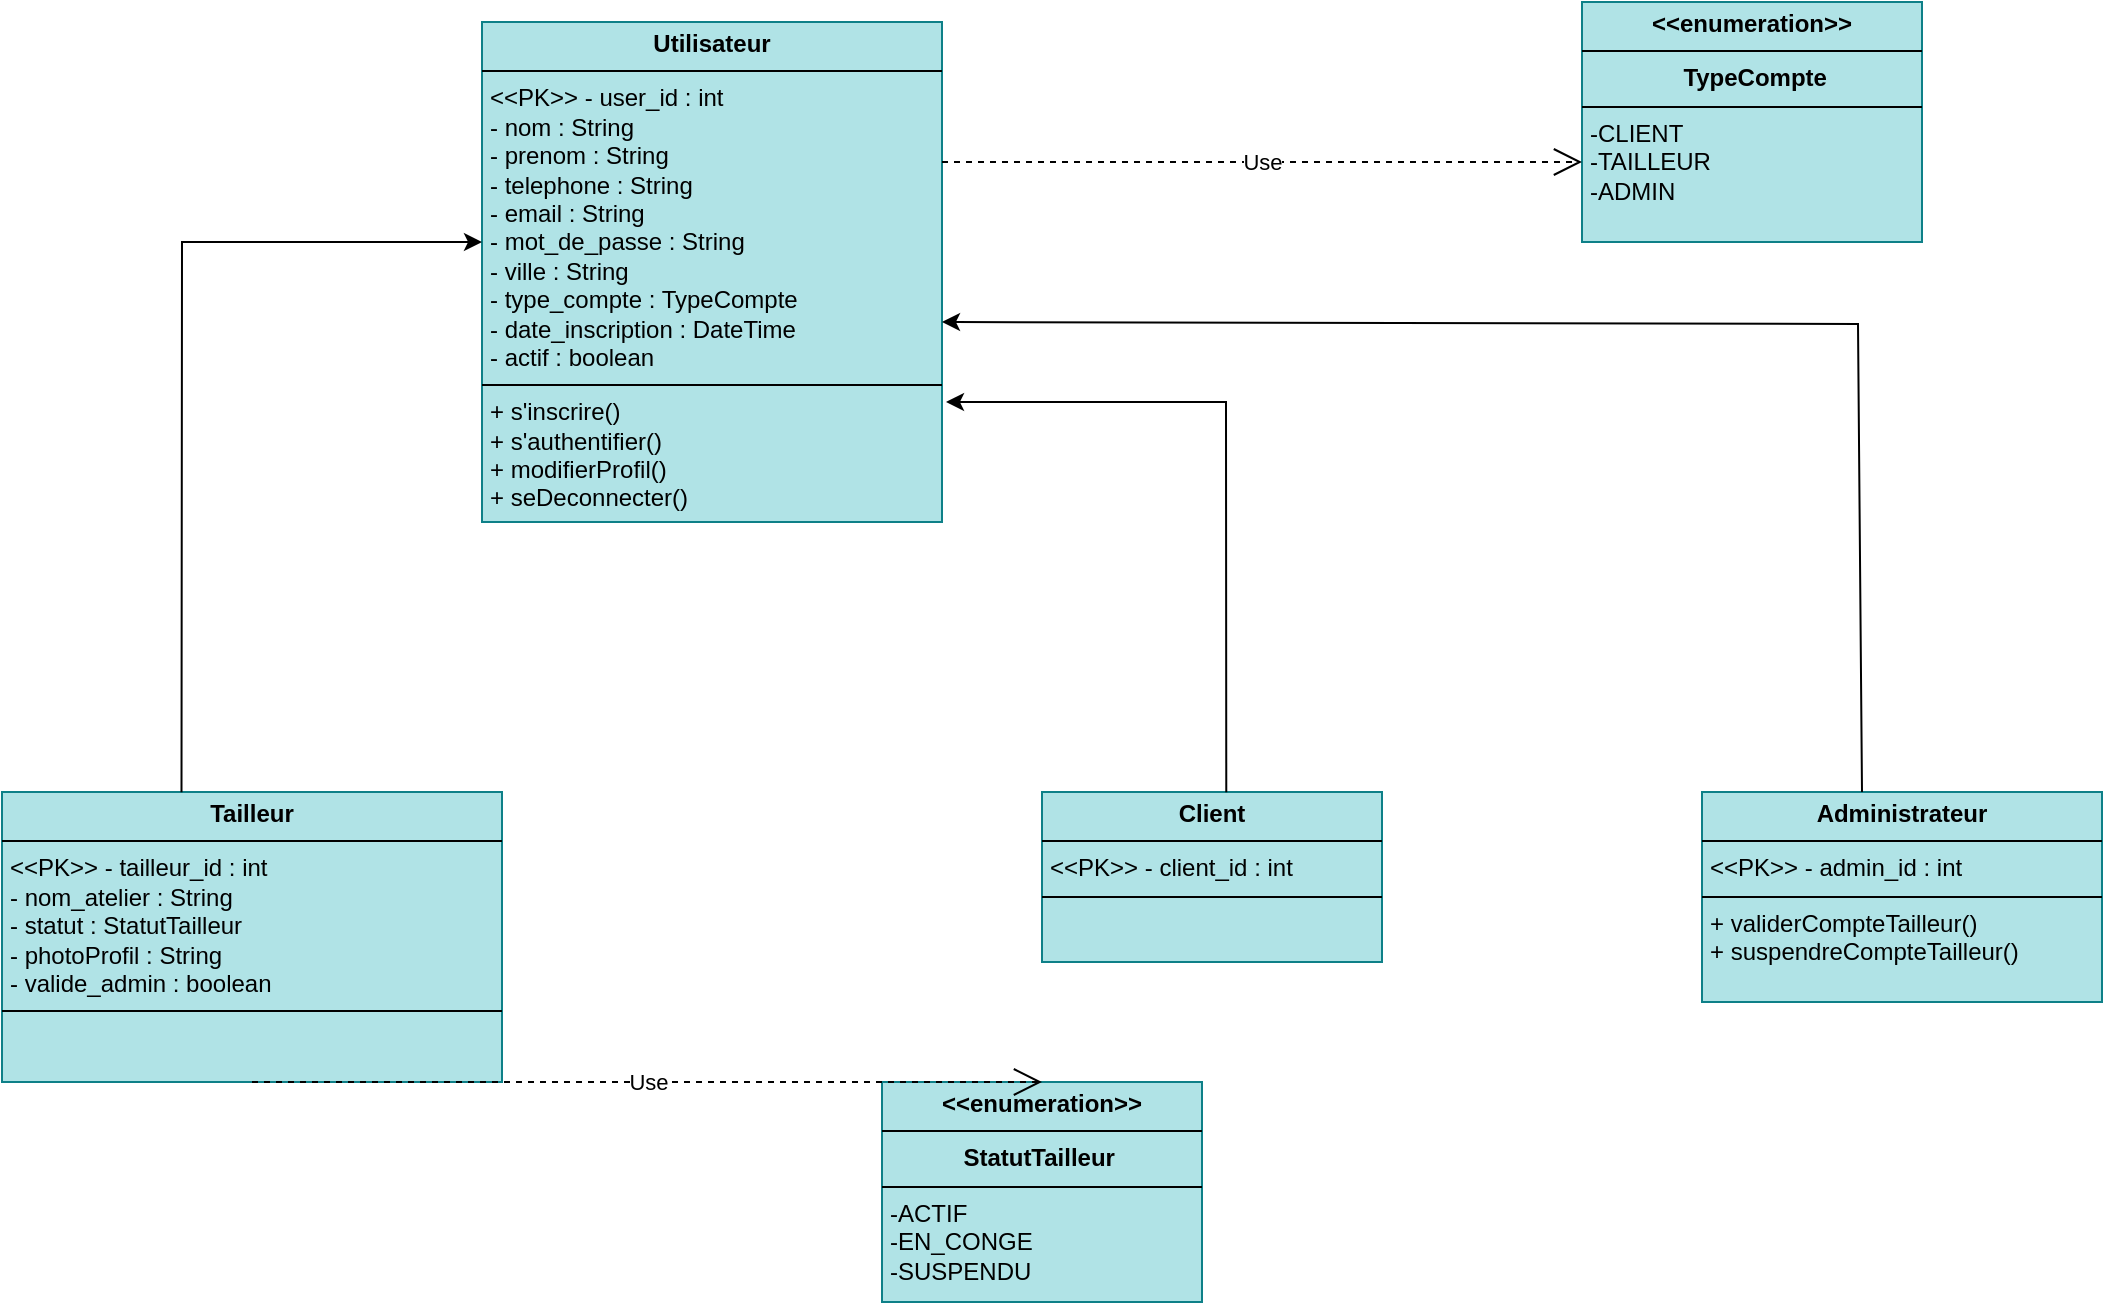
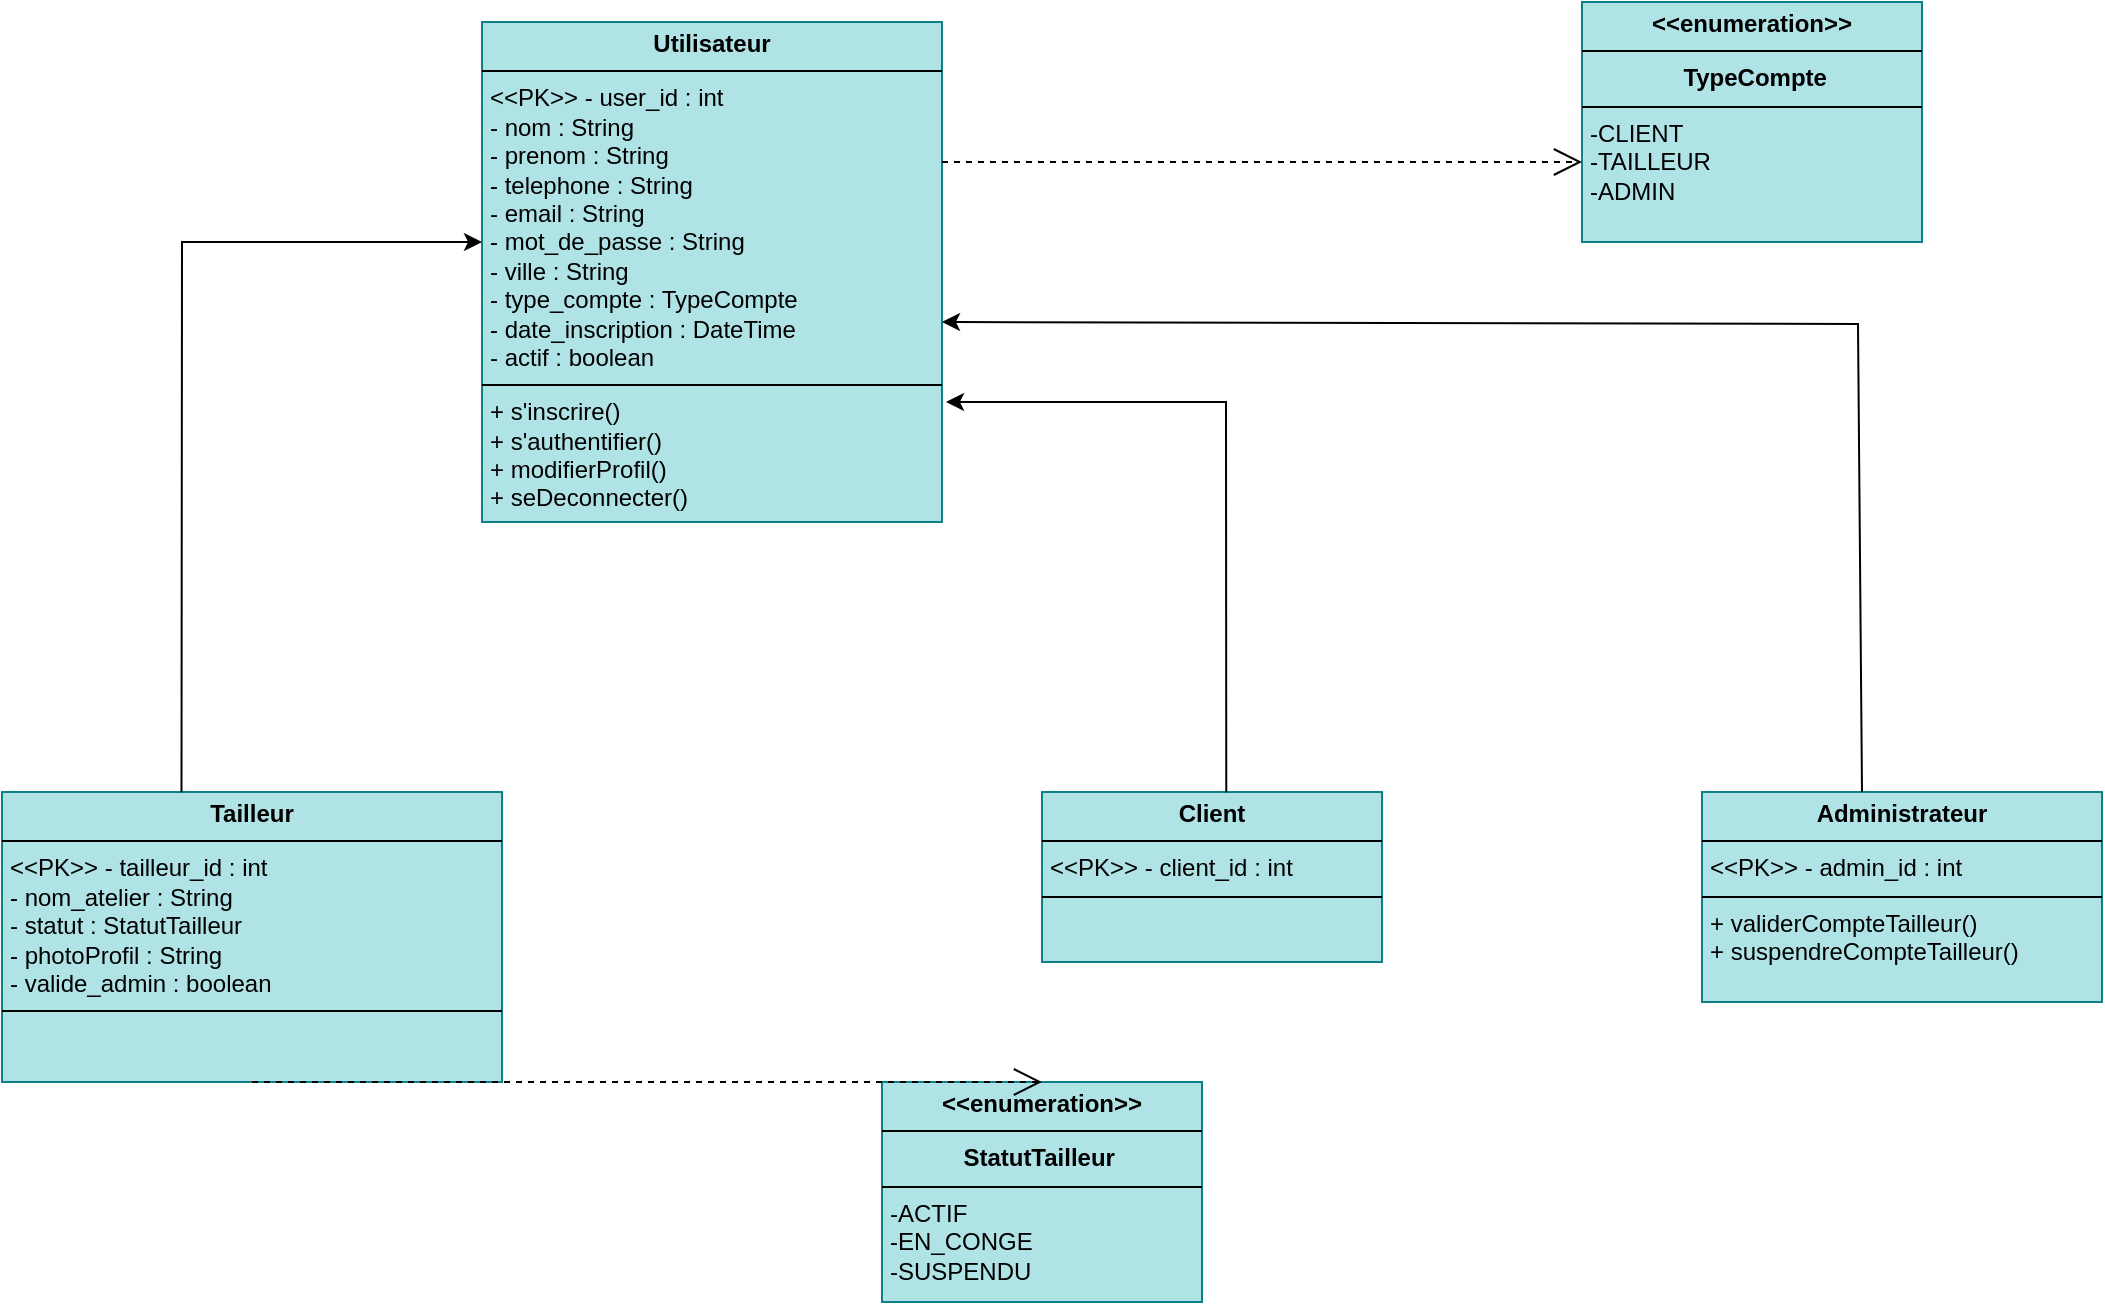
<mxfile host="Electron" agent="Mozilla/5.0 (Windows NT 10.0; Win64; x64) AppleWebKit/537.36 (KHTML, like Gecko) draw.io/29.6.6 Chrome/144.0.7559.236 Electron/40.8.4 Safari/537.36" version="29.6.6">
  <diagram name="Page-1" id="gH7psbEvRc6lQOs1zlLs">
-     <mxGraphModel dx="1611" dy="802" grid="1" gridSize="10" guides="1" tooltips="1" connect="1" arrows="1" fold="1" page="1" pageScale="1" pageWidth="827" pageHeight="1169" math="0" shadow="0">
+     <mxGraphModel dx="1924" dy="846" grid="1" gridSize="10" guides="1" tooltips="1" connect="1" arrows="1" fold="1" page="1" pageScale="1" pageWidth="827" pageHeight="1169" math="0" shadow="0">
      <root>
        <mxCell id="0" />
        <mxCell id="1" parent="0" />
        <mxCell id="UzURmiwtnrlQ_FMAWFHp-1" parent="1" style="verticalAlign=top;align=left;overflow=fill;html=1;whiteSpace=wrap;fillColor=#b0e3e6;strokeColor=#0e8088;" value="&lt;p style=&quot;margin:0px;margin-top:4px;text-align:center;&quot;&gt;&lt;b&gt;Utilisateur&lt;/b&gt;&lt;/p&gt;&lt;hr size=&quot;1&quot; style=&quot;border-style:solid;&quot;&gt;&lt;p style=&quot;margin:0px;margin-left:4px;&quot;&gt;&amp;lt;&amp;lt;PK&amp;gt;&amp;gt; - user_id : int&lt;/p&gt;&lt;p style=&quot;margin:0px;margin-left:4px;&quot;&gt;- nom : String&lt;/p&gt;&lt;p style=&quot;margin:0px;margin-left:4px;&quot;&gt;- prenom : String&lt;/p&gt;&lt;p style=&quot;margin:0px;margin-left:4px;&quot;&gt;- telephone : String&lt;/p&gt;&lt;p style=&quot;margin:0px;margin-left:4px;&quot;&gt;- email : String&lt;/p&gt;&lt;p style=&quot;margin:0px;margin-left:4px;&quot;&gt;- mot_de_passe : String&lt;/p&gt;&lt;p style=&quot;margin:0px;margin-left:4px;&quot;&gt;- ville : String&lt;/p&gt;&lt;p style=&quot;margin:0px;margin-left:4px;&quot;&gt;- type_compte : TypeCompte&lt;/p&gt;&lt;p style=&quot;margin:0px;margin-left:4px;&quot;&gt;- date_inscription : DateTime&lt;/p&gt;&lt;p style=&quot;margin:0px;margin-left:4px;&quot;&gt;- actif : boolean&lt;/p&gt;&lt;hr size=&quot;1&quot; style=&quot;border-style:solid;&quot;&gt;&lt;p style=&quot;margin:0px;margin-left:4px;&quot;&gt;+ s&#39;inscrire()&lt;/p&gt;&lt;p style=&quot;margin:0px;margin-left:4px;&quot;&gt;+ s&#39;authentifier()&lt;/p&gt;&lt;p style=&quot;margin:0px;margin-left:4px;&quot;&gt;+ modifierProfil()&lt;/p&gt;&lt;p style=&quot;margin:0px;margin-left:4px;&quot;&gt;+ seDeconnecter()&lt;/p&gt;&lt;p style=&quot;margin:0px;margin-left:4px;&quot;&gt;&lt;br&gt;&lt;/p&gt;" vertex="1">
          <mxGeometry height="250" width="230" x="150" y="90" as="geometry" />
        </mxCell>
        <mxCell id="UzURmiwtnrlQ_FMAWFHp-2" parent="1" style="verticalAlign=top;align=left;overflow=fill;html=1;whiteSpace=wrap;fillColor=#b0e3e6;strokeColor=#0e8088;" value="&lt;p style=&quot;margin:0px;margin-top:4px;text-align:center;&quot;&gt;&lt;b&gt;&amp;lt;&amp;lt;enumeration&amp;gt;&amp;gt;&lt;/b&gt;&lt;/p&gt;&lt;hr size=&quot;1&quot; style=&quot;border-style:solid;&quot;&gt;&lt;p style=&quot;margin:0px;margin-left:4px;&quot;&gt;&amp;nbsp; &amp;nbsp; &amp;nbsp; &amp;nbsp; &amp;nbsp; &amp;nbsp; &amp;nbsp; &lt;b&gt;TypeCompte&lt;/b&gt;&lt;/p&gt;&lt;hr size=&quot;1&quot; style=&quot;border-style:solid;&quot;&gt;&lt;p style=&quot;margin:0px;margin-left:4px;&quot;&gt;-CLIENT&lt;/p&gt;&lt;p style=&quot;margin:0px;margin-left:4px;&quot;&gt;-TAILLEUR&lt;/p&gt;&lt;p style=&quot;margin:0px;margin-left:4px;&quot;&gt;-ADMIN&lt;/p&gt;" vertex="1">
          <mxGeometry height="120" width="170" x="700" y="80" as="geometry" />
        </mxCell>
        <mxCell id="UzURmiwtnrlQ_FMAWFHp-3" parent="1" style="verticalAlign=top;align=left;overflow=fill;html=1;whiteSpace=wrap;fillColor=#b0e3e6;strokeColor=#0e8088;" value="&lt;p style=&quot;margin:0px;margin-top:4px;text-align:center;&quot;&gt;&lt;b&gt;&amp;lt;&amp;lt;enumeration&amp;gt;&amp;gt;&lt;/b&gt;&lt;/p&gt;&lt;hr size=&quot;1&quot; style=&quot;border-style:solid;&quot;&gt;&lt;p style=&quot;margin:0px;margin-left:4px;&quot;&gt;&amp;nbsp; &amp;nbsp; &amp;nbsp; &amp;nbsp; &amp;nbsp; &amp;nbsp;&lt;b&gt;StatutTailleur&lt;/b&gt;&lt;/p&gt;&lt;hr size=&quot;1&quot; style=&quot;border-style:solid;&quot;&gt;&lt;p style=&quot;margin:0px;margin-left:4px;&quot;&gt;-ACTIF&lt;/p&gt;&lt;p style=&quot;margin:0px;margin-left:4px;&quot;&gt;-EN_CONGE&lt;/p&gt;&lt;p style=&quot;margin:0px;margin-left:4px;&quot;&gt;-SUSPENDU&lt;/p&gt;" vertex="1">
          <mxGeometry height="110" width="160" x="350" y="620" as="geometry" />
        </mxCell>
        <mxCell id="UzURmiwtnrlQ_FMAWFHp-4" parent="1" style="verticalAlign=top;align=left;overflow=fill;html=1;whiteSpace=wrap;fillColor=#b0e3e6;strokeColor=#0e8088;" value="&lt;p style=&quot;margin:0px;margin-top:4px;text-align:center;&quot;&gt;&lt;b&gt;Tailleur&lt;/b&gt;&lt;/p&gt;&lt;hr size=&quot;1&quot; style=&quot;border-style:solid;&quot;&gt;&lt;p style=&quot;margin:0px;margin-left:4px;&quot;&gt;&amp;lt;&amp;lt;PK&amp;gt;&amp;gt; - tailleur_id : int&lt;/p&gt;&lt;p style=&quot;margin:0px;margin-left:4px;&quot;&gt;- nom_atelier : String&lt;/p&gt;&lt;p style=&quot;margin:0px;margin-left:4px;&quot;&gt;- statut : StatutTailleur&lt;/p&gt;&lt;p style=&quot;margin:0px;margin-left:4px;&quot;&gt;- photoProfil : String&lt;/p&gt;&lt;p style=&quot;margin:0px;margin-left:4px;&quot;&gt;- valide_admin : boolean&lt;/p&gt;&lt;hr size=&quot;1&quot; style=&quot;border-style:solid;&quot;&gt;&lt;p style=&quot;margin:0px;margin-left:4px;&quot;&gt;&lt;br&gt;&lt;/p&gt;" vertex="1">
          <mxGeometry height="145" width="250" x="-90" y="475" as="geometry" />
        </mxCell>
        <mxCell id="UzURmiwtnrlQ_FMAWFHp-5" parent="1" style="verticalAlign=top;align=left;overflow=fill;html=1;whiteSpace=wrap;fillColor=#b0e3e6;strokeColor=#0e8088;" value="&lt;p style=&quot;margin:0px;margin-top:4px;text-align:center;&quot;&gt;&lt;b&gt;Client&lt;/b&gt;&lt;/p&gt;&lt;hr size=&quot;1&quot; style=&quot;border-style:solid;&quot;&gt;&lt;p style=&quot;margin:0px;margin-left:4px;&quot;&gt;&amp;lt;&amp;lt;PK&amp;gt;&amp;gt; - client_id : int&lt;/p&gt;&lt;hr size=&quot;1&quot; style=&quot;border-style:solid;&quot;&gt;&lt;p style=&quot;margin:0px;margin-left:4px;&quot;&gt;&lt;br&gt;&lt;/p&gt;" vertex="1">
          <mxGeometry height="85" width="170" x="430" y="475" as="geometry" />
        </mxCell>
-         <mxCell id="UzURmiwtnrlQ_FMAWFHp-7" edge="1" parent="1" style="endArrow=open;endSize=12;dashed=1;html=1;rounded=0;" value="Use">
+         <mxCell id="UzURmiwtnrlQ_FMAWFHp-7" edge="1" parent="1" style="endArrow=open;endSize=12;dashed=1;html=1;rounded=0;" value="">
          <mxGeometry relative="1" width="160" as="geometry">
            <mxPoint x="380" y="160" as="sourcePoint" />
            <mxPoint x="700" y="160" as="targetPoint" />
          </mxGeometry>
        </mxCell>
-         <mxCell id="UzURmiwtnrlQ_FMAWFHp-8" edge="1" parent="1" source="UzURmiwtnrlQ_FMAWFHp-4" style="endArrow=open;endSize=12;dashed=1;html=1;rounded=0;entryX=0.5;entryY=0;entryDx=0;entryDy=0;exitX=0.5;exitY=1;exitDx=0;exitDy=0;" target="UzURmiwtnrlQ_FMAWFHp-3" value="Use">
+         <mxCell id="UzURmiwtnrlQ_FMAWFHp-8" edge="1" parent="1" source="UzURmiwtnrlQ_FMAWFHp-4" style="endArrow=open;endSize=12;dashed=1;html=1;rounded=0;entryX=0.5;entryY=0;entryDx=0;entryDy=0;exitX=0.5;exitY=1;exitDx=0;exitDy=0;" target="UzURmiwtnrlQ_FMAWFHp-3" value="">
          <mxGeometry relative="1" width="160" as="geometry">
            <mxPoint x="63" y="732" as="sourcePoint" />
            <mxPoint x="380" y="730" as="targetPoint" />
          </mxGeometry>
        </mxCell>
        <mxCell id="UzURmiwtnrlQ_FMAWFHp-10" edge="1" parent="1" source="UzURmiwtnrlQ_FMAWFHp-4" style="endArrow=classic;html=1;rounded=0;exitX=0.359;exitY=0.001;exitDx=0;exitDy=0;exitPerimeter=0;" value="">
          <mxGeometry height="50" relative="1" width="50" as="geometry">
            <Array as="points">
              <mxPoint y="200" />
            </Array>
            <mxPoint y="470" as="sourcePoint" />
            <mxPoint x="150" y="200" as="targetPoint" />
          </mxGeometry>
        </mxCell>
        <mxCell id="UzURmiwtnrlQ_FMAWFHp-11" edge="1" parent="1" source="UzURmiwtnrlQ_FMAWFHp-5" style="endArrow=classic;html=1;rounded=0;exitX=0.542;exitY=0.002;exitDx=0;exitDy=0;exitPerimeter=0;" value="">
          <mxGeometry height="50" relative="1" width="50" as="geometry">
            <Array as="points">
              <mxPoint x="522" y="280" />
            </Array>
            <mxPoint x="520" y="470" as="sourcePoint" />
            <mxPoint x="382" y="280" as="targetPoint" />
          </mxGeometry>
        </mxCell>
        <mxCell id="UzURmiwtnrlQ_FMAWFHp-12" parent="1" style="verticalAlign=top;align=left;overflow=fill;html=1;whiteSpace=wrap;fillColor=#b0e3e6;strokeColor=#0e8088;" value="&lt;p style=&quot;margin:0px;margin-top:4px;text-align:center;&quot;&gt;&lt;b&gt;Administrateur&lt;/b&gt;&lt;/p&gt;&lt;hr size=&quot;1&quot; style=&quot;border-style:solid;&quot;&gt;&lt;p style=&quot;margin:0px;margin-left:4px;&quot;&gt;&amp;lt;&amp;lt;PK&amp;gt;&amp;gt; - admin_id : int&lt;/p&gt;&lt;hr size=&quot;1&quot; style=&quot;border-style:solid;&quot;&gt;&lt;p style=&quot;margin:0px;margin-left:4px;&quot;&gt;+ validerCompteTailleur()&lt;/p&gt;&lt;p style=&quot;margin:0px;margin-left:4px;&quot;&gt;+ suspendreCompteTailleur()&lt;/p&gt;" vertex="1">
          <mxGeometry height="105" width="200" x="760" y="475" as="geometry" />
        </mxCell>
        <mxCell id="UzURmiwtnrlQ_FMAWFHp-13" edge="1" parent="1" style="endArrow=classic;html=1;rounded=0;exitX=0.542;exitY=0.002;exitDx=0;exitDy=0;exitPerimeter=0;" value="">
          <mxGeometry height="50" relative="1" width="50" as="geometry">
            <Array as="points">
              <mxPoint x="838" y="241" />
            </Array>
            <mxPoint x="840" y="475" as="sourcePoint" />
            <mxPoint x="380" y="240" as="targetPoint" />
          </mxGeometry>
        </mxCell>
      </root>
    </mxGraphModel>
  </diagram>
</mxfile>
